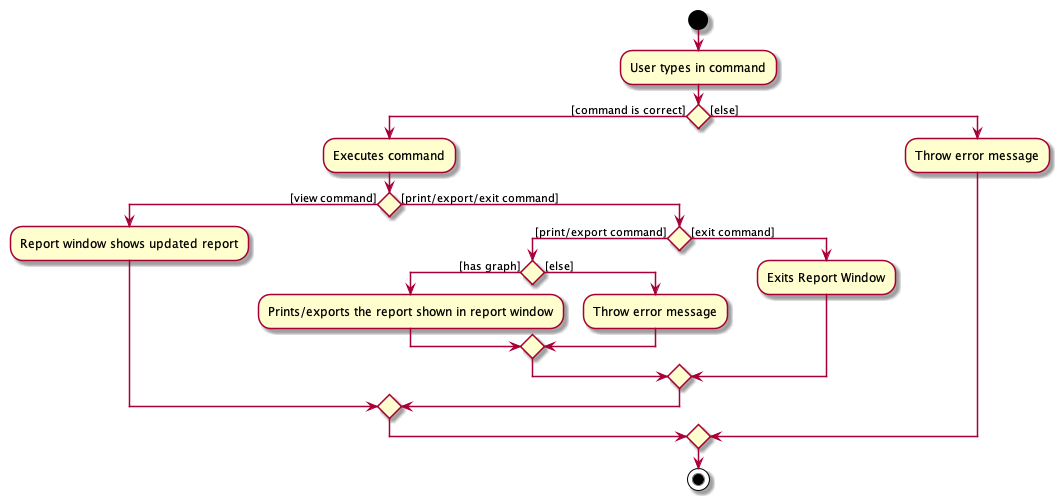
Earlier version of the PlantUML export docs/images/Report_ReportWindow_.png (zwasd/main).
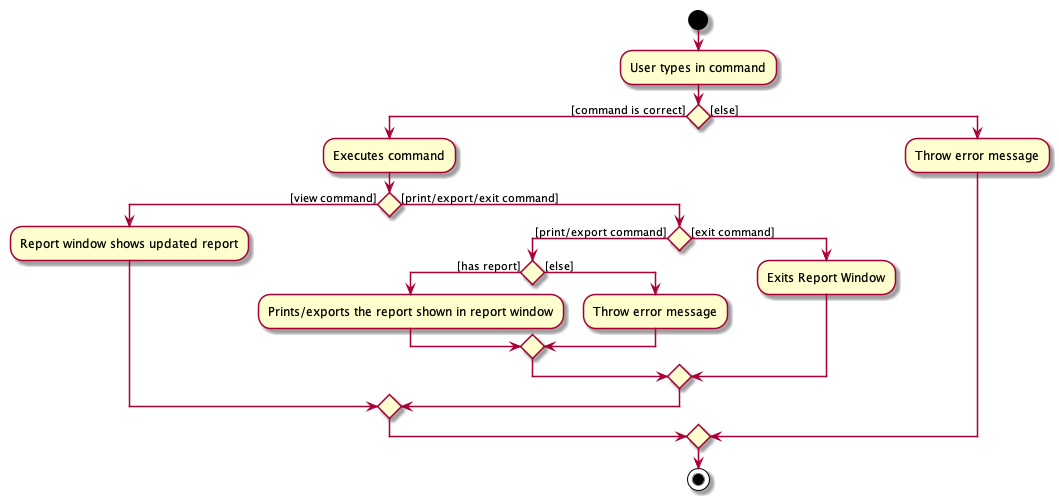
Later version of the same file.

Commit message:
Update act diagram, change graph to report

The edit, as a diff of the source:
```diff
@@ -7,7 +7,7 @@
      :Report window shows updated report;
      else ([print/export/exit command])
             if () then ([print/export command])
-             if () then ([has graph])
+             if () then ([has report])
                 :Prints/exports the report shown in report window;
              else ([else])
                 :Throw error message;
```
